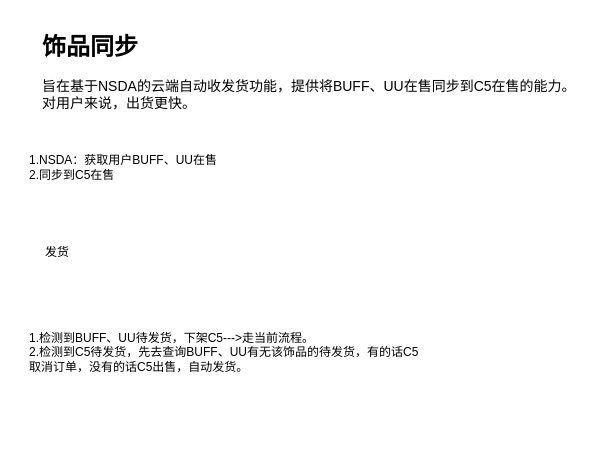
Before: 饰品同步.drawio in LailaiMaster/cloud, a draw.io diagram. Source tidied: cells renumbered, new cells numbered last; positions are measured from the earlier drawing's top-left corner, leaving out a move shared by most shapes. Both pictures are drawn from the tidied source at 100%, with x=0, y=0 at pixel (27, 27).
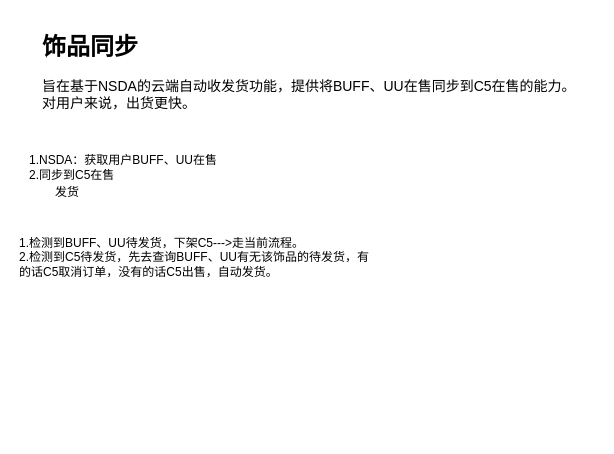
Above is the later version.

Commit message (it also covers changes not shown here):
更新饰品同步.drawio

Change to the diagram source:
```diff
@@
 <mxGraphModel>
   <root>
     <mxCell id="0" />
     <mxCell id="1" parent="0" />
     <mxCell id="2" value="&lt;h1&gt;&lt;b style=&quot;border-color: var(--border-color); font-size: 12px; text-align: center;&quot;&gt;&lt;font style=&quot;border-color: var(--border-color); font-size: 24px;&quot;&gt;饰品同步&lt;/font&gt;&lt;/b&gt;&lt;br&gt;&lt;/h1&gt;&lt;div&gt;&lt;font style=&quot;font-size: 14px;&quot;&gt;旨在基于NSDA的云端自动收发货功能，提供将BUFF、UU在售同步到C5在售的能力。&lt;/font&gt;&lt;/div&gt;&lt;div&gt;&lt;span style=&quot;font-size: 14px;&quot;&gt;对用户来说，出货更快。&lt;/span&gt;&lt;/div&gt;" style="text;html=1;strokeColor=none;fillColor=none;spacing=5;spacingTop=-20;whiteSpace=wrap;overflow=hidden;rounded=0;" parent="1" vertex="1">
       <mxGeometry x="10" width="560" height="130" as="geometry" />
     </mxCell>
     <mxCell id="3" value="1.NSDA：获取用户BUFF、UU在售&lt;br&gt;2.同步到C5在售" style="text;html=1;strokeColor=none;fillColor=none;align=left;verticalAlign=middle;whiteSpace=wrap;rounded=0;" parent="1" vertex="1">
       <mxGeometry y="120" width="280" height="40" as="geometry" />
     </mxCell>
     <mxCell id="4" value="1.检测到BUFF、UU待发货，下架C5---&amp;gt;走当前流程。&lt;br&gt;2.检测到C5待发货，先去查询BUFF、UU有无该饰品的待发货，有的话C5取消订单，没有的话C5出售，自动发货。" style="text;html=1;strokeColor=none;fillColor=none;align=left;verticalAlign=middle;whiteSpace=wrap;rounded=0;" parent="1" vertex="1">
-      <mxGeometry y="240" width="400" height="170" as="geometry" />
+      <mxGeometry x="-10" y="170" width="360" height="120" as="geometry" />
     </mxCell>
     <mxCell id="5" value="发货" style="text;html=1;strokeColor=none;fillColor=none;align=center;verticalAlign=middle;whiteSpace=wrap;rounded=0;" parent="1" vertex="1">
-      <mxGeometry y="210" width="60" height="30" as="geometry" />
+      <mxGeometry x="10" y="150" width="60" height="30" as="geometry" />
     </mxCell>
+    <mxCell id="6" style="edgeStyle=orthogonalEdgeStyle;rounded=0;orthogonalLoop=1;jettySize=auto;html=1;exitX=1;exitY=0.5;exitDx=0;exitDy=0;entryX=1;entryY=0.5;entryDx=0;entryDy=0;" parent="1" edge="1">
+      <mxGeometry relative="1" as="geometry">
+        <mxPoint x="440" y="750" as="targetPoint" />
+      </mxGeometry>
+    </mxCell>
   </root>
 </mxGraphModel>
```
